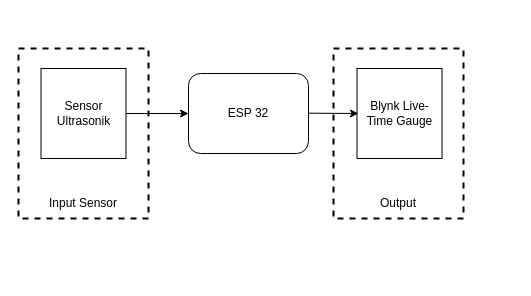
This is Untitled Diagram.drawio from Nurhalim-tech/Jarvis-artificial-intelligence, a draw.io file, before an edit. Source tidied: cells renumbered, new cells numbered last; positions are measured from the earlier drawing's top-left corner, leaving out a move shared by most shapes. Both pictures are drawn from the tidied source at 100%, with x=0, y=0 at pixel (18, 48).
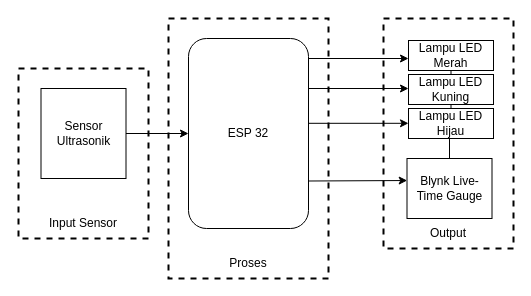
The same page after the edit.

Diff of the diagram source:
```diff
@@
     <mxCell id="2" style="rounded=0;whiteSpace=wrap;html=1;dashed=1;fillColor=none;strokeWidth=2;" parent="1" vertex="1">
-      <mxGeometry width="130" height="170" as="geometry" />
+      <mxGeometry y="20" width="130" height="170" as="geometry" />
     </mxCell>
     <mxCell id="3" value="Sensor Ultrasonik" style="rounded=0;whiteSpace=wrap;html=1;" parent="1" vertex="1">
-      <mxGeometry x="22.5" y="20" width="85" height="90" as="geometry" />
+      <mxGeometry x="22.5" y="40" width="85" height="90" as="geometry" />
     </mxCell>
     <mxCell id="4" value="Input Sensor" style="text;html=1;align=center;verticalAlign=middle;whiteSpace=wrap;rounded=0;" parent="1" vertex="1">
-      <mxGeometry x="20" y="140" width="90" height="30" as="geometry" />
+      <mxGeometry x="20" y="160" width="90" height="30" as="geometry" />
     </mxCell>
     <mxCell id="5" value="ESP 32" style="rounded=1;whiteSpace=wrap;html=1;" parent="1" vertex="1">
-      <mxGeometry x="170" y="25" width="120" height="80" as="geometry" />
+      <mxGeometry x="170" y="-10" width="120" height="190" as="geometry" />
     </mxCell>
@@
     <mxCell id="7" style="rounded=0;whiteSpace=wrap;html=1;dashed=1;fillColor=none;strokeWidth=2;" parent="1" vertex="1">
-      <mxGeometry x="315" width="130" height="170" as="geometry" />
+      <mxGeometry x="365" y="-30" width="130" height="230" as="geometry" />
     </mxCell>
     <mxCell id="8" value="Blynk Live-Time Gauge" style="rounded=0;whiteSpace=wrap;html=1;" parent="1" vertex="1">
-      <mxGeometry x="338.5" y="20" width="85" height="90" as="geometry" />
+      <mxGeometry x="388.5" y="110" width="85" height="60" as="geometry" />
     </mxCell>
     <mxCell id="9" value="Output" style="text;html=1;align=center;verticalAlign=middle;whiteSpace=wrap;rounded=0;" parent="1" vertex="1">
-      <mxGeometry x="335" y="140" width="90" height="30" as="geometry" />
+      <mxGeometry x="385" y="170" width="90" height="30" as="geometry" />
     </mxCell>
-    <mxCell id="10" style="endArrow=classic;html=1;rounded=0;exitX=1;exitY=0.5;exitDx=0;exitDy=0;" parent="1" edge="1">
-      <mxGeometry relative="1" as="geometry">
-        <mxPoint x="290" y="64.7" as="sourcePoint" />
-        <mxPoint x="340" y="65" as="targetPoint" />
-      </mxGeometry>
+    <mxCell id="10" style="endArrow=classic;html=1;rounded=0;entryX=0.002;entryY=0.367;entryDx=0;entryDy=0;exitX=1;exitY=0.75;exitDx=0;exitDy=0;entryPerimeter=0;" parent="1" edge="1" source="5" target="8">
+      <mxGeometry relative="1" as="geometry" />
     </mxCell>
+    <mxCell id="11" value="Lampu LED&lt;div&gt;Hijau&lt;/div&gt;" style="rounded=0;whiteSpace=wrap;html=1;" parent="1" vertex="1">
+      <mxGeometry x="390" y="60" width="85" height="30" as="geometry" />
+    </mxCell>
+    <mxCell id="12" style="endArrow=classic;html=1;rounded=0;entryX=0;entryY=0.5;entryDx=0;entryDy=0;exitX=0.988;exitY=0.633;exitDx=0;exitDy=0;exitPerimeter=0;" parent="1" edge="1">
+      <mxGeometry relative="1" as="geometry">
+        <mxPoint x="290" y="40" as="sourcePoint" />
+        <mxPoint x="390" y="40" as="targetPoint" />
+      </mxGeometry>
+    </mxCell>
+    <mxCell id="13" style="endArrow=classic;html=1;rounded=0;entryX=0;entryY=0.5;entryDx=0;entryDy=0;exitX=0.988;exitY=0.633;exitDx=0;exitDy=0;exitPerimeter=0;" parent="1" edge="1">
+      <mxGeometry relative="1" as="geometry">
+        <mxPoint x="290" y="10" as="sourcePoint" />
+        <mxPoint x="390" y="10" as="targetPoint" />
+      </mxGeometry>
+    </mxCell>
+    <mxCell id="14" style="endArrow=classic;html=1;rounded=0;entryX=0;entryY=0.5;entryDx=0;entryDy=0;exitX=0.988;exitY=0.633;exitDx=0;exitDy=0;exitPerimeter=0;" parent="1" edge="1">
+      <mxGeometry relative="1" as="geometry">
+        <mxPoint x="290" y="74.8" as="sourcePoint" />
+        <mxPoint x="390" y="74.8" as="targetPoint" />
+      </mxGeometry>
+    </mxCell>
+    <mxCell id="15" value="Lampu LED&lt;div&gt;Merah&lt;/div&gt;" style="rounded=0;whiteSpace=wrap;html=1;" parent="1" vertex="1">
+      <mxGeometry x="390" y="-8" width="85" height="30" as="geometry" />
+    </mxCell>
+    <mxCell id="16" value="Lampu LED&lt;div&gt;Kuning&lt;/div&gt;" style="rounded=0;whiteSpace=wrap;html=1;" parent="1" vertex="1">
+      <mxGeometry x="390" y="26" width="85" height="30" as="geometry" />
+    </mxCell>
+    <mxCell id="17" style="rounded=0;whiteSpace=wrap;html=1;dashed=1;fillColor=none;strokeWidth=2;" parent="1" vertex="1">
+      <mxGeometry x="150" y="-30" width="160" height="260" as="geometry" />
+    </mxCell>
+    <mxCell id="18" value="Proses" style="text;html=1;align=center;verticalAlign=middle;whiteSpace=wrap;rounded=0;" parent="1" vertex="1">
+      <mxGeometry x="185" y="200" width="90" height="30" as="geometry" />
+    </mxCell>
+    <mxCell id="19" style="endArrow=none;html=1;rounded=0;entryX=0.5;entryY=1;entryDx=0;entryDy=0;exitX=0.5;exitY=0;exitDx=0;exitDy=0;" parent="1" edge="1" source="16" target="15">
+      <mxGeometry relative="1" as="geometry" />
+    </mxCell>
+    <mxCell id="20" style="endArrow=none;html=1;rounded=0;entryX=0.5;entryY=1;entryDx=0;entryDy=0;exitX=0.5;exitY=0;exitDx=0;exitDy=0;" parent="1" edge="1">
+      <mxGeometry relative="1" as="geometry">
+        <mxPoint x="432.5" y="60" as="sourcePoint" />
+        <mxPoint x="432.5" y="56" as="targetPoint" />
+      </mxGeometry>
+    </mxCell>
+    <mxCell id="21" style="endArrow=none;html=1;rounded=0;entryX=0.5;entryY=1;entryDx=0;entryDy=0;exitX=0.5;exitY=0;exitDx=0;exitDy=0;" parent="1" edge="1" source="8">
+      <mxGeometry relative="1" as="geometry">
+        <mxPoint x="431" y="90" as="targetPoint" />
+      </mxGeometry>
+    </mxCell>
```
